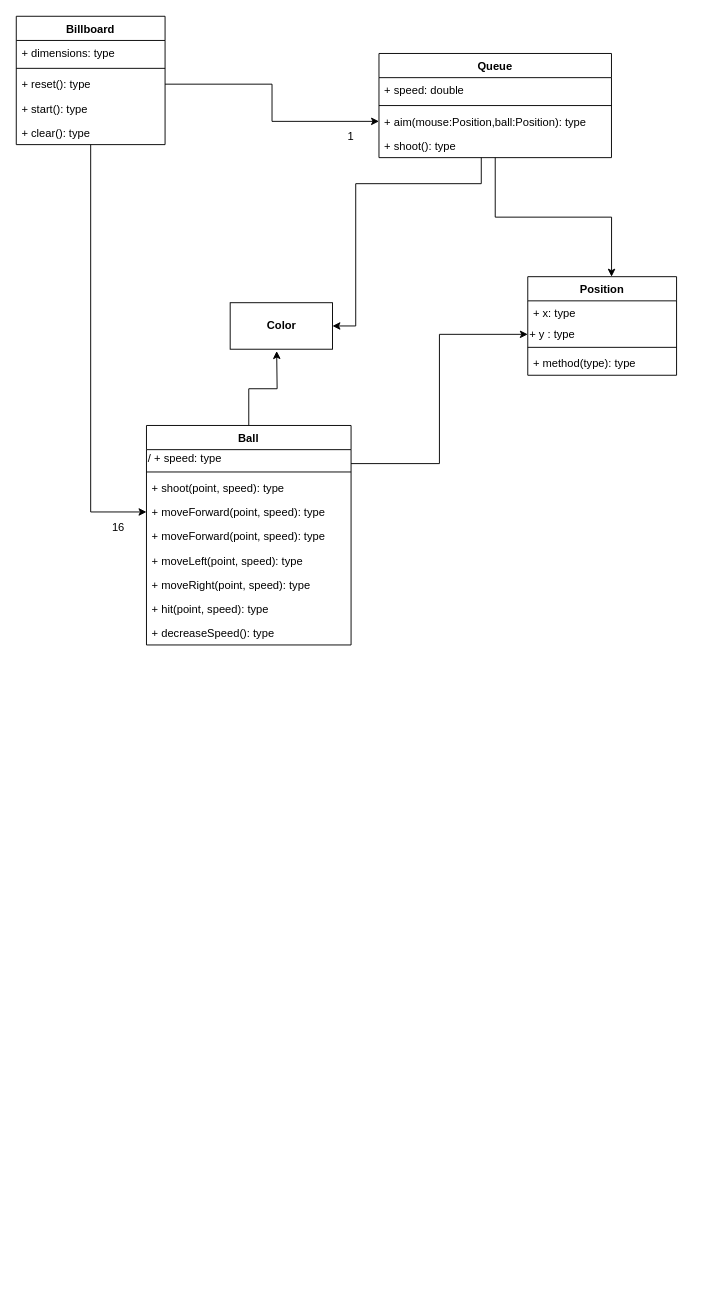
This is UML.drawio from didolehbal/Billard_game, a draw.io file, before an edit. Source tidied: cells renumbered, new cells numbered last; positions are measured from the earlier drawing's top-left corner, leaving out a move shared by most shapes. Both pictures are drawn from the tidied source at 93%, with x=0, y=0 at pixel (16, 16).
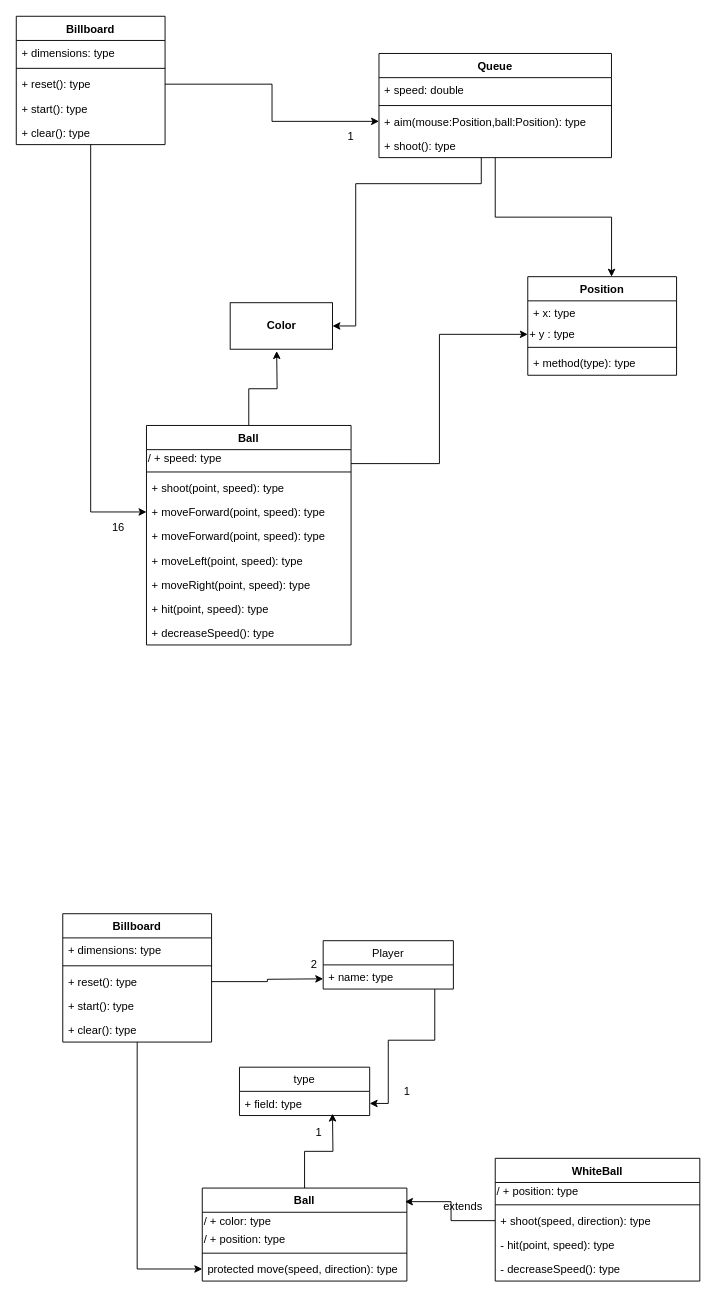
The same page after the edit.

Change to the diagram source:
```diff
@@
+    <mxCell id="37" style="edgeStyle=orthogonalEdgeStyle;rounded=0;jettySize=auto;html=1;entryX=0;entryY=0.5;entryDx=0;entryDy=0;" parent="1" edge="1" source="38" target="49">
+      <mxGeometry relative="1" as="geometry" />
+    </mxCell>
+    <mxCell id="38" value="Billboard" style="swimlane;fontStyle=1;align=center;verticalAlign=top;horizontal=1;startSize=26;" parent="1" vertex="1">
+      <mxGeometry x="50" y="965" width="160" height="138" as="geometry" />
+    </mxCell>
+    <mxCell id="39" value="+ dimensions: type" style="text;strokeColor=none;fillColor=none;align=left;verticalAlign=top;spacingLeft=4;spacingRight=4;overflow=hidden;" parent="38" vertex="1">
+      <mxGeometry y="26" width="160" height="26" as="geometry" />
+    </mxCell>
+    <mxCell id="40" style="line;strokeWidth=1;fillColor=none;align=left;verticalAlign=middle;spacingTop=-1;spacingLeft=3;spacingRight=3;labelPosition=right;" parent="38" vertex="1">
+      <mxGeometry y="52" width="160" height="8" as="geometry" />
+    </mxCell>
+    <mxCell id="41" value="+ reset(): type" style="text;strokeColor=none;fillColor=none;align=left;verticalAlign=top;spacingLeft=4;spacingRight=4;overflow=hidden;points=[[0,0.5],[1,0.5]];portConstraint=eastwest;" parent="38" vertex="1">
+      <mxGeometry y="60" width="160" height="26" as="geometry" />
+    </mxCell>
+    <mxCell id="42" value="+ start(): type" style="text;strokeColor=none;fillColor=none;align=left;verticalAlign=top;spacingLeft=4;spacingRight=4;overflow=hidden;" parent="38" vertex="1">
+      <mxGeometry y="86" width="160" height="26" as="geometry" />
+    </mxCell>
+    <mxCell id="43" value="+ clear(): type" style="text;strokeColor=none;fillColor=none;align=left;verticalAlign=top;spacingLeft=4;spacingRight=4;overflow=hidden;" parent="38" vertex="1">
+      <mxGeometry y="112" width="160" height="26" as="geometry" />
+    </mxCell>
+    <mxCell id="44" style="edgeStyle=orthogonalEdgeStyle;rounded=0;jettySize=auto;html=1;exitX=0.5;exitY=0;exitDx=0;exitDy=0;" parent="1" edge="1" source="45">
+      <mxGeometry relative="1" as="geometry">
+        <mxPoint x="340" y="1180" as="targetPoint" />
+      </mxGeometry>
+    </mxCell>
+    <mxCell id="45" value="Ball" style="swimlane;fontStyle=1;align=center;verticalAlign=top;horizontal=1;startSize=26;" parent="1" vertex="1">
+      <mxGeometry x="200" y="1260" width="220" height="100" as="geometry" />
+    </mxCell>
+    <mxCell id="46" value="/ + color: type" style="text;html=1;strokeColor=none;fillColor=none;align=left;verticalAlign=middle;whiteSpace=wrap;rounded=0;" parent="45" vertex="1">
+      <mxGeometry y="26" width="220" height="20" as="geometry" />
+    </mxCell>
+    <mxCell id="47" value="/ + position: type" style="text;html=1;strokeColor=none;fillColor=none;align=left;verticalAlign=middle;whiteSpace=wrap;rounded=0;" parent="45" vertex="1">
+      <mxGeometry y="46" width="220" height="20" as="geometry" />
+    </mxCell>
+    <mxCell id="48" style="line;strokeWidth=1;fillColor=none;align=left;verticalAlign=middle;spacingTop=-1;spacingLeft=3;spacingRight=3;labelPosition=right;" parent="45" vertex="1">
+      <mxGeometry y="66" width="220" height="8" as="geometry" />
+    </mxCell>
+    <mxCell id="49" value="protected move(speed, direction): type&#10;" style="text;strokeColor=none;fillColor=none;align=left;verticalAlign=top;spacingLeft=4;spacingRight=4;overflow=hidden;points=[[0,0.5],[1,0.5]];portConstraint=eastwest;" parent="45" vertex="1">
+      <mxGeometry y="74" width="220" height="26" as="geometry" />
+    </mxCell>
+    <mxCell id="50" value="type" style="swimlane;fontStyle=0;horizontal=1;startSize=26;fillColor=none;" parent="1" vertex="1">
+      <mxGeometry x="240" y="1130" width="140" height="52" as="geometry" />
+    </mxCell>
+    <mxCell id="51" value="+ field: type" style="text;strokeColor=none;fillColor=none;align=left;verticalAlign=top;spacingLeft=4;spacingRight=4;overflow=hidden;points=[[0,0.5],[1,0.5]];portConstraint=eastwest;" parent="50" vertex="1">
+      <mxGeometry y="26" width="140" height="26" as="geometry" />
+    </mxCell>
+    <mxCell id="52" value="WhiteBall" style="swimlane;fontStyle=1;align=center;verticalAlign=top;horizontal=1;startSize=26;" parent="1" vertex="1">
+      <mxGeometry x="515" y="1228" width="220" height="132" as="geometry" />
+    </mxCell>
+    <mxCell id="53" value="/ + position: type" style="text;html=1;strokeColor=none;fillColor=none;align=left;verticalAlign=middle;whiteSpace=wrap;rounded=0;" parent="52" vertex="1">
+      <mxGeometry y="26" width="220" height="20" as="geometry" />
+    </mxCell>
+    <mxCell id="54" style="line;strokeWidth=1;fillColor=none;align=left;verticalAlign=middle;spacingTop=-1;spacingLeft=3;spacingRight=3;labelPosition=right;" parent="52" vertex="1">
+      <mxGeometry y="46" width="220" height="8" as="geometry" />
+    </mxCell>
+    <mxCell id="55" value="+ shoot(speed, direction): type&#10;" style="text;strokeColor=none;fillColor=none;align=left;verticalAlign=top;spacingLeft=4;spacingRight=4;overflow=hidden;points=[[0,0.5],[1,0.5]];portConstraint=eastwest;" parent="52" vertex="1">
+      <mxGeometry y="54" width="220" height="26" as="geometry" />
+    </mxCell>
+    <mxCell id="56" value="- hit(point, speed): type&#10;" style="text;strokeColor=none;fillColor=none;align=left;verticalAlign=top;spacingLeft=4;spacingRight=4;overflow=hidden;" parent="52" vertex="1">
+      <mxGeometry y="80" width="220" height="26" as="geometry" />
+    </mxCell>
+    <mxCell id="57" value="- decreaseSpeed(): type&#10;" style="text;strokeColor=none;fillColor=none;align=left;verticalAlign=top;spacingLeft=4;spacingRight=4;overflow=hidden;" parent="52" vertex="1">
+      <mxGeometry y="106" width="220" height="26" as="geometry" />
+    </mxCell>
+    <mxCell id="58" value="extends" style="text;html=1;align=center;verticalAlign=middle;" parent="1" vertex="1">
+      <mxGeometry x="450" y="1270" width="60" height="20" as="geometry" />
+    </mxCell>
+    <mxCell id="59" value="Player" style="swimlane;fontStyle=0;horizontal=1;startSize=26;fillColor=none;" parent="1" vertex="1">
+      <mxGeometry x="330" y="994" width="140" height="52" as="geometry" />
+    </mxCell>
+    <mxCell id="60" value="+ name: type" style="text;strokeColor=none;fillColor=none;align=left;verticalAlign=top;spacingLeft=4;spacingRight=4;overflow=hidden;points=[[0,0.5],[1,0.5]];portConstraint=eastwest;" parent="59" vertex="1">
+      <mxGeometry y="26" width="140" height="26" as="geometry" />
+    </mxCell>
+    <mxCell id="61" style="edgeStyle=orthogonalEdgeStyle;rounded=0;jettySize=auto;html=1;entryX=0;entryY=0.5;entryDx=0;entryDy=0;" parent="1" edge="1" source="41">
+      <mxGeometry relative="1" as="geometry">
+        <mxPoint x="330" y="1035" as="targetPoint" />
+      </mxGeometry>
+    </mxCell>
+    <mxCell id="62" value="1" style="text;html=1;align=center;verticalAlign=middle;" parent="1" vertex="1">
+      <mxGeometry x="315" y="1190" width="20" height="20" as="geometry" />
+    </mxCell>
+    <mxCell id="63" value="2" style="text;html=1;align=center;verticalAlign=middle;" parent="1" vertex="1">
+      <mxGeometry x="310" y="1010" width="20" height="20" as="geometry" />
+    </mxCell>
+    <mxCell id="64" style="edgeStyle=orthogonalEdgeStyle;rounded=0;jettySize=auto;html=1;entryX=0.991;entryY=0.146;entryDx=0;entryDy=0;entryPerimeter=0;" parent="1" edge="1" source="55" target="45">
+      <mxGeometry relative="1" as="geometry" />
+    </mxCell>
+    <mxCell id="65" style="edgeStyle=orthogonalEdgeStyle;rounded=0;jettySize=auto;html=1;entryX=1;entryY=0.5;entryDx=0;entryDy=0;" parent="1" edge="1" source="60" target="51">
+      <mxGeometry relative="1" as="geometry">
+        <Array as="points">
+          <mxPoint x="450" y="1101" />
+          <mxPoint x="400" y="1101" />
+          <mxPoint x="400" y="1169" />
+        </Array>
+      </mxGeometry>
+    </mxCell>
+    <mxCell id="66" value="1" style="text;html=1;align=center;verticalAlign=middle;" parent="1" vertex="1">
+      <mxGeometry x="410" y="1146" width="20" height="20" as="geometry" />
+    </mxCell>
```
